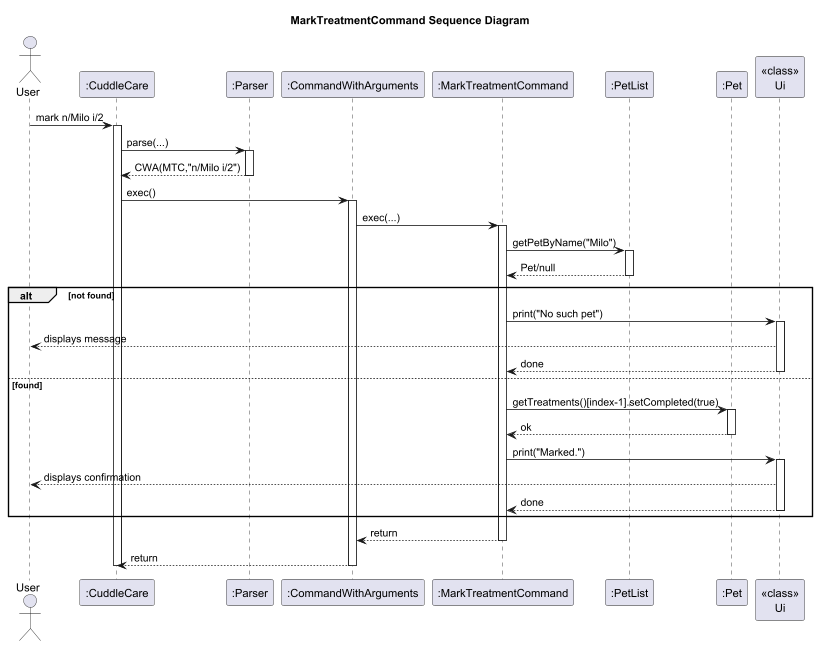
Above: docs/diagrams/MarkTreatmentCommand_Sequence_Diagram.png in Kevin88866/tp (PlantUML), before the change.
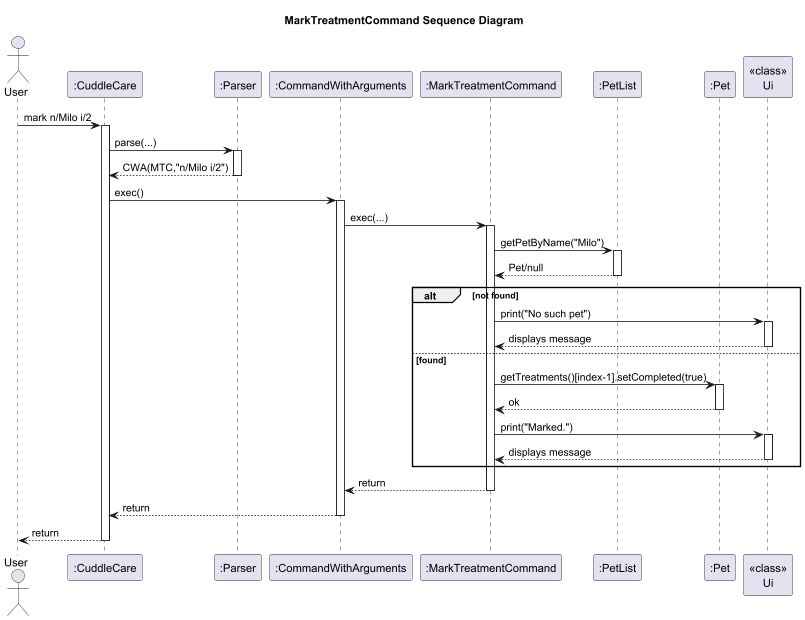
The same diagram one commit later.

Commit message:
modify sequence diagram

What changed in the source:
```diff
@@ -28,8 +28,7 @@
 alt not found
   MTC -> Ui : print("No such pet")
   activate Ui
-  Ui --> User : displays message
-  Ui --> MTC : done
+  Ui --> MTC : displays message
   deactivate Ui
 else found
   MTC -> Pet : getTreatments()[index-1].setCompleted(true)
@@ -38,8 +37,7 @@
   deactivate Pet
   MTC -> Ui : print("Marked.")
   activate Ui
-  Ui --> User : displays confirmation
-  Ui --> MTC : done
+  Ui --> MTC : displays message
   deactivate Ui
 end
 
@@ -47,5 +45,6 @@
 deactivate MTC
 CWA --> CuddleCare : return
 deactivate CWA
+CuddleCare --> User : return
 deactivate CuddleCare
 @enduml
```
